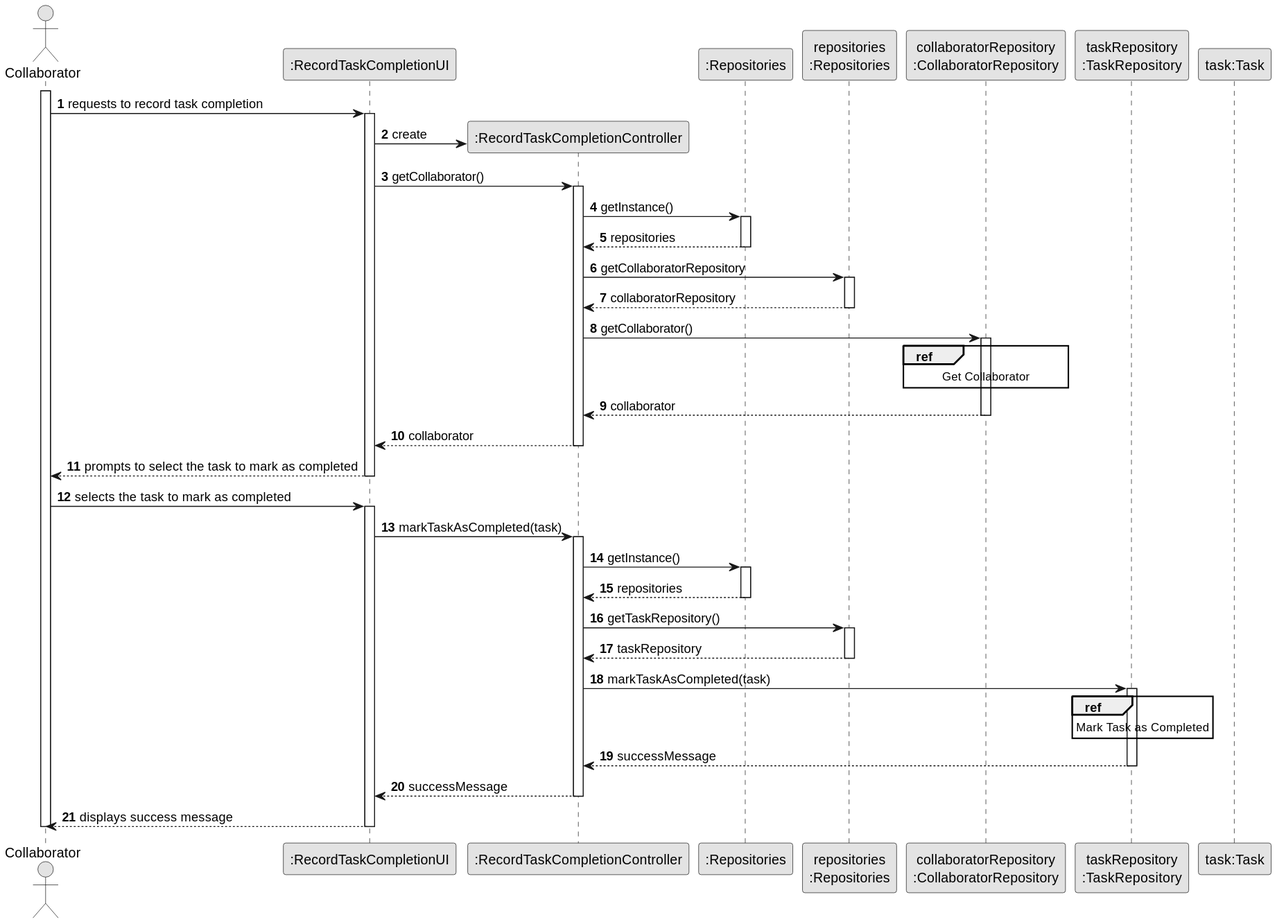
Above: docs/sprintC/us029/03.design/svg/us029-sequence-diagram-split.svg in diogoveirospro/lei-24-s2-1dg-g072 (PlantUML), before the change.
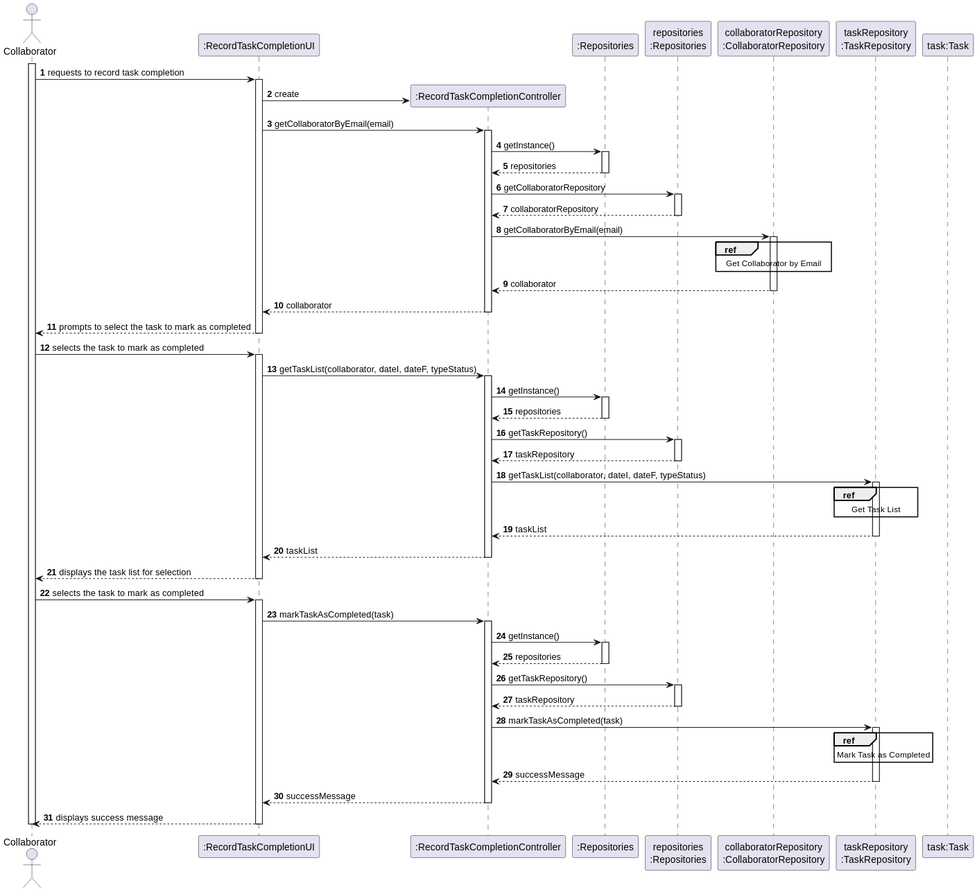
After the commit.

The edit, as a diff of the source:
```diff
@@ -1,5 +1,4 @@
 @startuml
-skinparam monochrome true
 skinparam packageStyle rectangle
 skinparam shadowing false
 
@@ -20,7 +19,7 @@
 activate UI
 
 UI -> CTRL** : create
-UI -> CTRL : getCollaborator()
+UI -> CTRL : getCollaboratorByEmail(email)
 activate CTRL
 
 CTRL -> RepositorySingleton : getInstance()
@@ -35,11 +34,11 @@
 REP --> CTRL : collaboratorRepository
 deactivate REP
 
-CTRL -> collaboratorRepository : getCollaborator()
+CTRL -> collaboratorRepository : getCollaboratorByEmail(email)
 activate collaboratorRepository
 
 ref over collaboratorRepository
-    Get Collaborator
+    Get Collaborator by Email
 end
 
 collaboratorRepository --> CTRL : collaborator
@@ -48,6 +47,40 @@
 deactivate CTRL
 
 UI --> Col : prompts to select the task to mark as completed
+deactivate UI
+
+Col -> UI : selects the task to mark as completed
+activate UI
+
+UI -> CTRL : getTaskList(collaborator, dateI, dateF, typeStatus)
+activate CTRL
+
+CTRL -> RepositorySingleton : getInstance()
+activate RepositorySingleton
+
+RepositorySingleton --> CTRL : repositories
+deactivate RepositorySingleton
+
+CTRL -> REP : getTaskRepository()
+activate REP
+
+REP --> CTRL : taskRepository
+deactivate REP
+
+CTRL -> taskRepository : getTaskList(collaborator, dateI, dateF, typeStatus)
+activate taskRepository
+
+ref over taskRepository
+    Get Task List
+end
+
+taskRepository --> CTRL : taskList
+deactivate taskRepository
+
+CTRL --> UI : taskList
+deactivate CTRL
+
+UI --> Col : displays the task list for selection
 deactivate UI
 
 Col -> UI : selects the task to mark as completed
```
